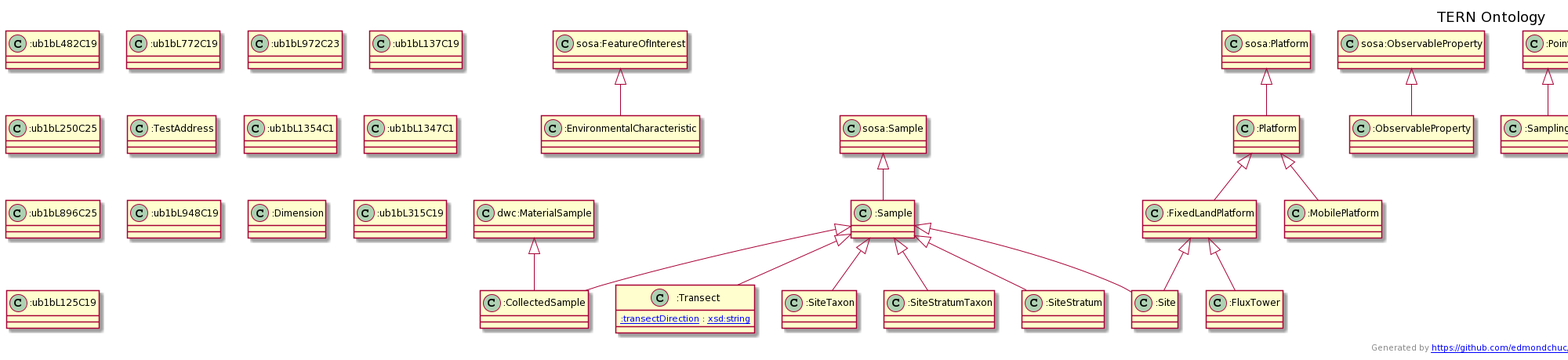
The PlantUML diagram docs/tern.ttl.txt.png in ternaustralia/ontology_tern, before a commit.
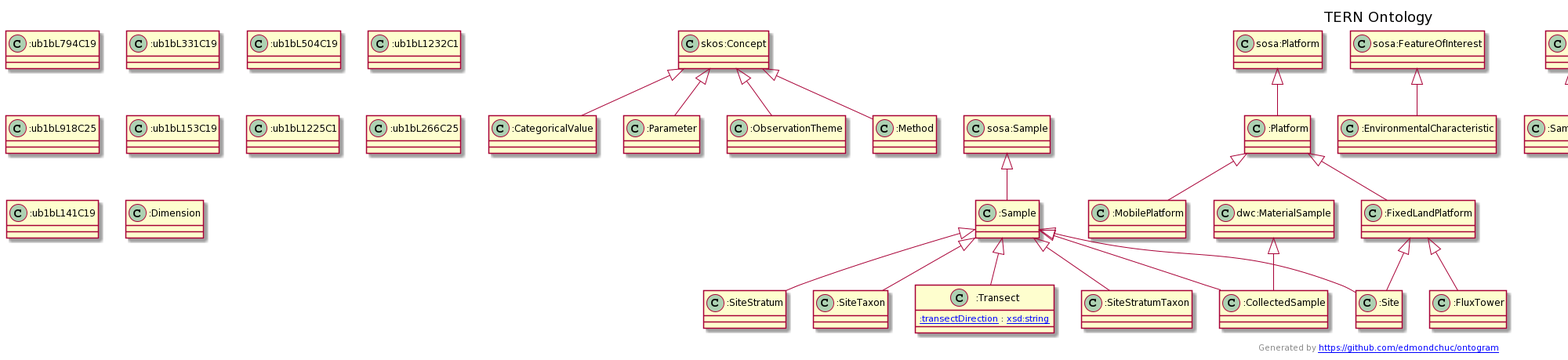
Later version of the same file.

Diff of the diagram source:
```diff
@@ -1,117 +1,109 @@
 @startuml
 title TERN Ontology
+"skos:Concept" <|-- ":CategoricalValue"
+"skos:Concept" <|-- ":Parameter"
+"sosa:Sample" <|-- ":Sample"
+":Sample" <|-- ":SiteStratumTaxon"
 "sosa:FeatureOfInterest" <|-- ":EnvironmentalCharacteristic"
+"sosa:Platform" <|-- ":Platform"
+"skos:Concept" <|-- ":ObservationTheme"
+":Sample" <|-- ":SiteStratum"
+":Point" <|-- ":SamplingPoint"
+"sosa:Procedure" <|-- ":Procedure"
+"prov:Activity" <|-- ":Observation"
+"sosa:Observation" <|-- ":Observation"
+":Platform" <|-- ":MobilePlatform"
 ":Platform" <|-- ":FixedLandPlatform"
+":FixedLandPlatform" <|-- ":Site"
+":Sample" <|-- ":Site"
+"sosa:Result" <|-- ":Result"
+"schema:PropertyValue" <|-- ":PropertyValue"
+":Sample" <|-- ":SiteTaxon"
+":FixedLandPlatform" <|-- ":FluxTower"
+"ssn:Input" <|-- ":Input"
+":Sample" <|-- ":Transect"
 "sosa:ObservableProperty" <|-- ":ObservableProperty"
-":Point" <|-- ":SamplingPoint"
 "prov:Activity" <|-- ":Sampling"
 "sosa:Sampling" <|-- ":Sampling"
-":TestAgent" <|-- ":TestPerson"
-":Sample" <|-- ":Transect"
+"prov:Activity" <|-- ":SiteVisit"
+"skos:Concept" <|-- ":Method"
+"sosa:Sampler" <|-- ":Sampler"
 ":Sample" <|-- ":CollectedSample"
 "dwc:MaterialSample" <|-- ":CollectedSample"
-"sosa:Observation" <|-- ":Observation"
-"prov:Activity" <|-- ":Observation"
-"prov:Activity" <|-- ":SiteVisit"
-":FixedLandPlatform" <|-- ":FluxTower"
-"sosa:Platform" <|-- ":Platform"
-"sosa:Sampler" <|-- ":Sampler"
-":Sample" <|-- ":SiteTaxon"
-"ssn:Input" <|-- ":Input"
-"sosa:Sample" <|-- ":Sample"
-"sosa:Procedure" <|-- ":Procedure"
-"skos:Concept" <|-- ":Method"
-"sosa:Result" <|-- ":Result"
-":Platform" <|-- ":MobilePlatform"
-":TestAgent" <|-- ":TestOrganization"
-":Sample" <|-- ":SiteStratumTaxon"
-"skos:Concept" <|-- ":Parameter"
-"schema:PropertyValue" <|-- ":PropertyValue"
-":Sample" <|-- ":Site"
-":FixedLandPlatform" <|-- ":Site"
-":Sample" <|-- ":SiteStratum"
-Class ":ub1bL482C19" [[ub1bL482C19]] {
+Class ":ub1bL794C19" [[ub1bL794C19]] {
+}
+Class ":CategoricalValue" [[https://w3id.org/tern/ontologies/tern/CategoricalValue]] {
+}
+Class ":Parameter" [[https://w3id.org/tern/ontologies/tern/Parameter]] {
+}
+Class "dwc:MaterialSample" [[http://rs.tdwg.org/dwc/terms/MaterialSample]] {
+}
+Class ":Sample" [[https://w3id.org/tern/ontologies/tern/Sample]] {
+}
+Class ":SiteStratumTaxon" [[https://w3id.org/tern/ontologies/tern/SiteStratumTaxon]] {
 }
 Class ":EnvironmentalCharacteristic" [[https://w3id.org/tern/ontologies/tern/EnvironmentalCharacteristic]] {
 }
-Class ":FixedLandPlatform" [[https://w3id.org/tern/ontologies/tern/FixedLandPlatform]] {
+Class ":Platform" [[https://w3id.org/tern/ontologies/tern/Platform]] {
 }
-Class ":ObservableProperty" [[https://w3id.org/tern/ontologies/tern/ObservableProperty]] {
+Class ":ObservationTheme" [[https://w3id.org/tern/ontologies/tern/ObservationTheme]] {
 }
-Class ":TestAgent" [[https://w3id.org/tern/ontologies/tern/TestAgent]] {
+Class ":SiteStratum" [[https://w3id.org/tern/ontologies/tern/SiteStratum]] {
+}
+Class ":ub1bL331C19" [[ub1bL331C19]] {
 }
 Class ":SamplingPoint" [[https://w3id.org/tern/ontologies/tern/SamplingPoint]] {
 }
-Class ":Sampling" [[https://w3id.org/tern/ontologies/tern/Sampling]] {
+Class ":Procedure" [[https://w3id.org/tern/ontologies/tern/Procedure]] {
 }
-Class ":TestPerson" [[https://w3id.org/tern/ontologies/tern/TestPerson]] {
+Class ":Observation" [[https://w3id.org/tern/ontologies/tern/Observation]] {
+}
+Class ":ub1bL504C19" [[ub1bL504C19]] {
+}
+Class ":ub1bL1232C1" [[ub1bL1232C1]] {
+}
+Class ":ub1bL918C25" [[ub1bL918C25]] {
+}
+Class ":MobilePlatform" [[https://w3id.org/tern/ontologies/tern/MobilePlatform]] {
+}
+Class ":FixedLandPlatform" [[https://w3id.org/tern/ontologies/tern/FixedLandPlatform]] {
+}
+Class ":Site" [[https://w3id.org/tern/ontologies/tern/Site]] {
+}
+Class ":Result" [[https://w3id.org/tern/ontologies/tern/Result]] {
+}
+Class ":PropertyValue" [[https://w3id.org/tern/ontologies/tern/PropertyValue]] {
+}
+Class ":ub1bL153C19" [[ub1bL153C19]] {
+}
+Class ":SiteTaxon" [[https://w3id.org/tern/ontologies/tern/SiteTaxon]] {
+}
+Class ":FluxTower" [[https://w3id.org/tern/ontologies/tern/FluxTower]] {
+}
+Class ":ub1bL1225C1" [[ub1bL1225C1]] {
+}
+Class ":Input" [[https://w3id.org/tern/ontologies/tern/Input]] {
 }
 Class ":Transect" [[https://w3id.org/tern/ontologies/tern/Transect]] {
 [[https://w3id.org/tern/ontologies/tern/transectDirection :transectDirection]] : [[http://www.w3.org/2001/XMLSchema#string xsd:string]]
 }
-Class ":CollectedSample" [[https://w3id.org/tern/ontologies/tern/CollectedSample]] {
+Class ":ObservableProperty" [[https://w3id.org/tern/ontologies/tern/ObservableProperty]] {
 }
-Class ":Observation" [[https://w3id.org/tern/ontologies/tern/Observation]] {
+Class ":Sampling" [[https://w3id.org/tern/ontologies/tern/Sampling]] {
 }
 Class ":SiteVisit" [[https://w3id.org/tern/ontologies/tern/SiteVisit]] {
 }
-Class ":ub1bL772C19" [[ub1bL772C19]] {
+Class ":ub1bL266C25" [[ub1bL266C25]] {
 }
-Class ":ub1bL972C23" [[ub1bL972C23]] {
+Class ":ub1bL141C19" [[ub1bL141C19]] {
 }
-Class ":FluxTower" [[https://w3id.org/tern/ontologies/tern/FluxTower]] {
+Class ":Dimension" [[https://w3id.org/tern/ontologies/tern/Dimension]] {
 }
-Class ":ub1bL137C19" [[ub1bL137C19]] {
-}
-Class ":ub1bL250C25" [[ub1bL250C25]] {
-}
-Class ":Platform" [[https://w3id.org/tern/ontologies/tern/Platform]] {
+Class ":Method" [[https://w3id.org/tern/ontologies/tern/Method]] {
 }
 Class ":Sampler" [[https://w3id.org/tern/ontologies/tern/Sampler]] {
 }
-Class ":SiteTaxon" [[https://w3id.org/tern/ontologies/tern/SiteTaxon]] {
-}
-Class ":Input" [[https://w3id.org/tern/ontologies/tern/Input]] {
-}
-Class ":TestAddress" [[https://w3id.org/tern/ontologies/tern/TestAddress]] {
-}
-Class ":Sample" [[https://w3id.org/tern/ontologies/tern/Sample]] {
-}
-Class ":ub1bL1354C1" [[ub1bL1354C1]] {
-}
-Class ":Procedure" [[https://w3id.org/tern/ontologies/tern/Procedure]] {
-}
-Class ":ub1bL1347C1" [[ub1bL1347C1]] {
-}
-Class ":Method" [[https://w3id.org/tern/ontologies/tern/Method]] {
-}
-Class ":Result" [[https://w3id.org/tern/ontologies/tern/Result]] {
-}
-Class ":MobilePlatform" [[https://w3id.org/tern/ontologies/tern/MobilePlatform]] {
-}
-Class ":TestOrganization" [[https://w3id.org/tern/ontologies/tern/TestOrganization]] {
-}
-Class "dwc:MaterialSample" [[http://rs.tdwg.org/dwc/terms/MaterialSample]] {
-}
-Class ":ub1bL896C25" [[ub1bL896C25]] {
-}
-Class ":ub1bL948C19" [[ub1bL948C19]] {
-}
-Class ":SiteStratumTaxon" [[https://w3id.org/tern/ontologies/tern/SiteStratumTaxon]] {
-}
-Class ":Parameter" [[https://w3id.org/tern/ontologies/tern/Parameter]] {
-}
-Class ":Dimension" [[https://w3id.org/tern/ontologies/tern/Dimension]] {
-}
-Class ":PropertyValue" [[https://w3id.org/tern/ontologies/tern/PropertyValue]] {
-}
-Class ":ub1bL315C19" [[ub1bL315C19]] {
-}
-Class ":ub1bL125C19" [[ub1bL125C19]] {
-}
-Class ":Site" [[https://w3id.org/tern/ontologies/tern/Site]] {
-}
-Class ":SiteStratum" [[https://w3id.org/tern/ontologies/tern/SiteStratum]] {
+Class ":CollectedSample" [[https://w3id.org/tern/ontologies/tern/CollectedSample]] {
 }
 header
 Creator: Edmond Chuc (e.chuc@uq.edu.au)
```
